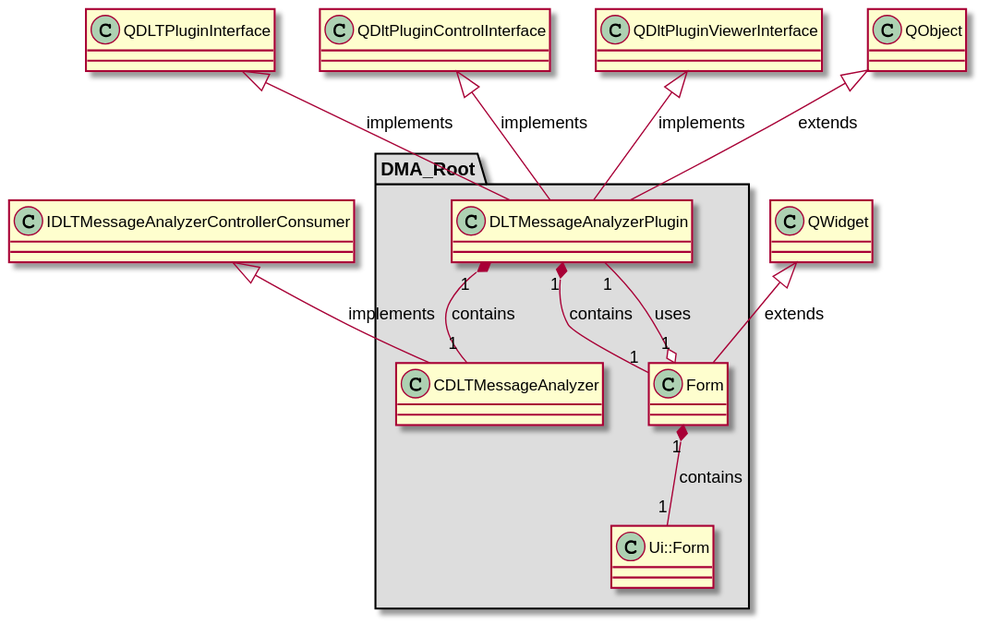
Earlier version of the PlantUML export md/dev_docs/puml/DMA_Root_standalone.svg (svlad-90/DLT-Message-Analyzer). The source it was exported from:
```plantuml
@startuml

skinparam wrapWidth 600
package "DMA_Root" #DDDDDD
{

class "CDLTMessageAnalyzer"
{
}

class "DLTMessageAnalyzerPlugin"
{
}

class "Form"
{
}

class "Ui::Form"
{
}

}

IDLTMessageAnalyzerControllerConsumer <|-- CDLTMessageAnalyzer : implements
QDLTPluginInterface <|-- DLTMessageAnalyzerPlugin : implements
QDltPluginControlInterface <|-- DLTMessageAnalyzerPlugin : implements
QDltPluginViewerInterface <|-- DLTMessageAnalyzerPlugin : implements
QObject <|-- DLTMessageAnalyzerPlugin : extends
QWidget <|-- Form : extends

DLTMessageAnalyzerPlugin "1" *-- "1" CDLTMessageAnalyzer : contains
DLTMessageAnalyzerPlugin "1" *-- "1" Form : contains
Form "1" o-- "1" DLTMessageAnalyzerPlugin : uses
Form "1" *-- "1" Ui::Form : contains

@enduml
```
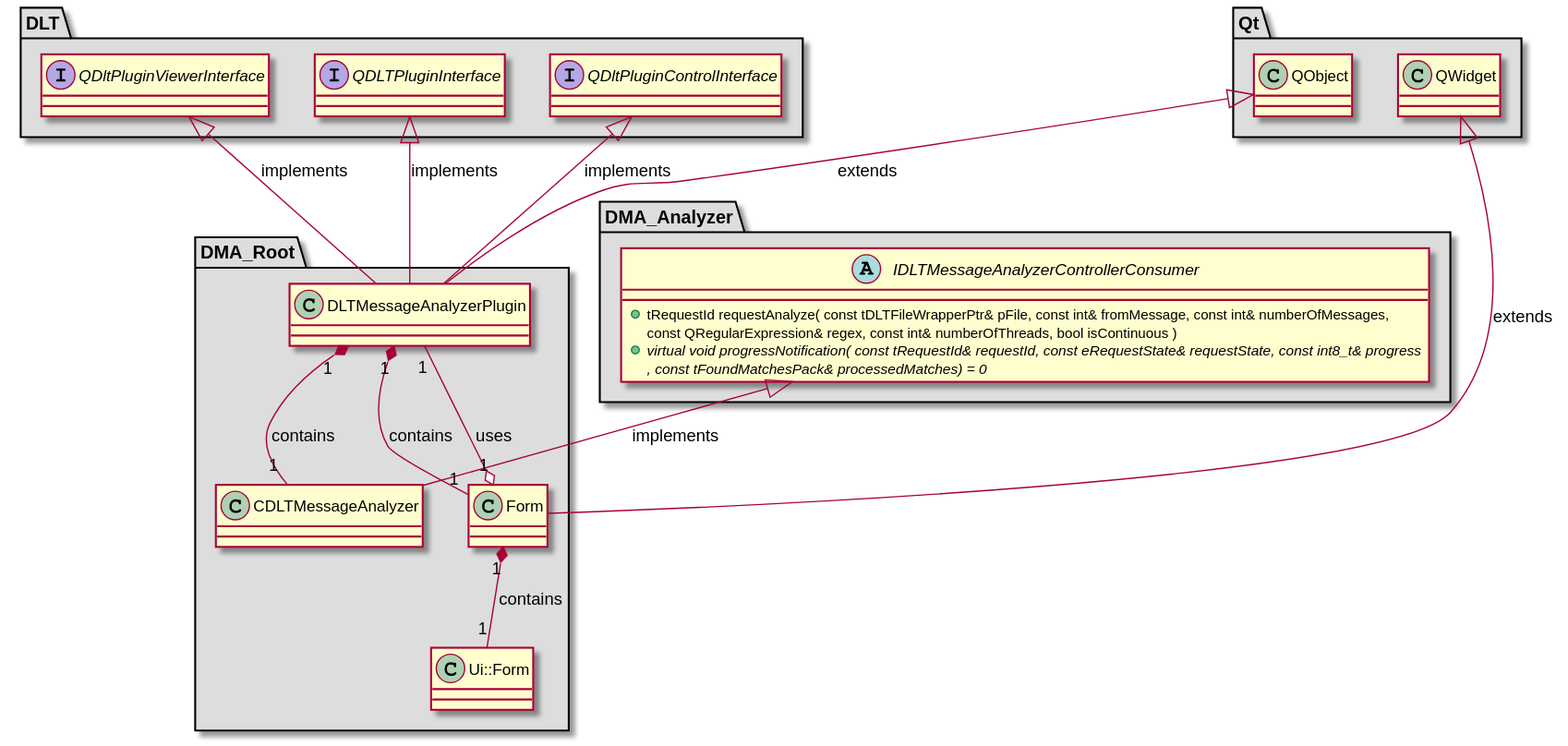
The same file after the commit.

The edit, as a diff of the source:
```diff
@@ -1,6 +1,34 @@
 @startuml
 
 skinparam wrapWidth 600
+package "DLT" #DDDDDD
+{
+
+interface "QDLTPluginInterface"
+{
+}
+
+interface "QDltPluginControlInterface"
+{
+}
+
+interface "QDltPluginViewerInterface"
+{
+}
+
+}
+
+package "DMA_Analyzer" #DDDDDD
+{
+
+abstract class "IDLTMessageAnalyzerControllerConsumer"
+{
+    + tRequestId requestAnalyze( const tDLTFileWrapperPtr& pFile, const int& fromMessage, const int& numberOfMessages, const QRegularExpression& regex, const int& numberOfThreads, bool isContinuous )
+    + {abstract} virtual void progressNotification( const tRequestId& requestId, const eRequestState& requestState, const int8_t& progress, const tFoundMatchesPack& processedMatches) = 0
+}
+
+}
+
 package "DMA_Root" #DDDDDD
 {
 
@@ -22,6 +50,19 @@
 
 }
 
+package "Qt" #DDDDDD
+{
+
+class "QObject"
+{
+}
+
+class "QWidget"
+{
+}
+
+}
+
 IDLTMessageAnalyzerControllerConsumer <|-- CDLTMessageAnalyzer : implements
 QDLTPluginInterface <|-- DLTMessageAnalyzerPlugin : implements
 QDltPluginControlInterface <|-- DLTMessageAnalyzerPlugin : implements
```
